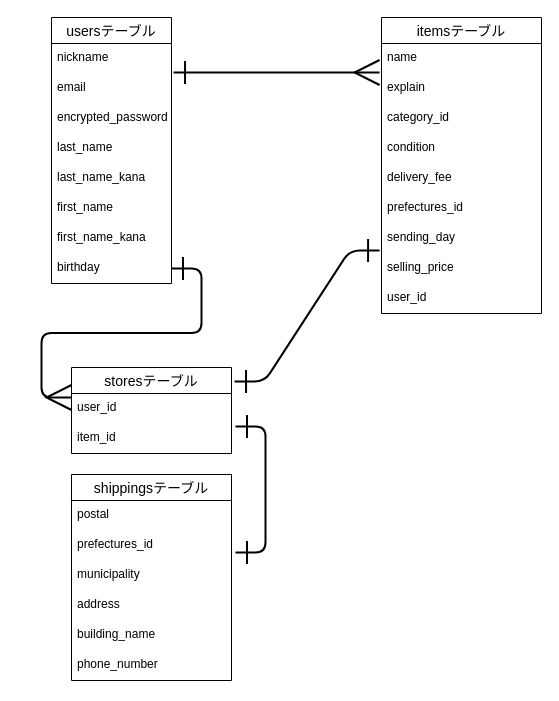
Above: ER.dio in komi-kazu/furima-35550 (draw.io), before the change. Source tidied: cells renumbered, new cells numbered last; positions are measured from the earlier drawing's top-left corner, leaving out a move shared by most shapes. Both pictures are drawn from the tidied source at 100%, with x=0, y=0 at pixel (51, 17).
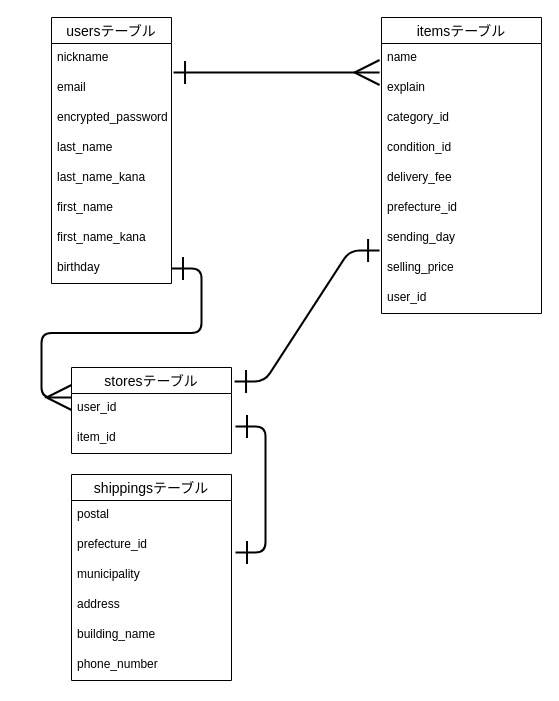
The same page after the edit.

Commit message (it also covers changes not shown here):
ER図、READMEの修正２

Unchanged cells that the change refers to:
```xml
<mxCell id="11" value="itemsテーブル" style="swimlane;fontStyle=0;horizontal=1;startSize=26;align=center;fontSize=14;" parent="1" vertex="1">
  <mxGeometry x="330" width="160" height="296" as="geometry" />
</mxCell>
<mxCell id="24" value="shippingsテーブル" style="swimlane;fontStyle=0;horizontal=1;startSize=26;align=center;fontSize=14;" parent="1" vertex="1">
  <mxGeometry x="20" y="457" width="160" height="206" as="geometry" />
</mxCell>
```

Change to the diagram source:
```diff
@@
-    <mxCell id="15" value="condition" style="text;strokeColor=none;fillColor=none;spacingLeft=4;spacingRight=4;overflow=hidden;fontSize=12;" parent="11" vertex="1">
+    <mxCell id="15" value="condition_id" style="text;strokeColor=none;fillColor=none;spacingLeft=4;spacingRight=4;overflow=hidden;fontSize=12;" parent="11" vertex="1">
       <mxGeometry y="116" width="160" height="30" as="geometry" />
     </mxCell>
@@
-    <mxCell id="17" value="prefectures_id" style="text;strokeColor=none;fillColor=none;spacingLeft=4;spacingRight=4;overflow=hidden;fontSize=12;" parent="11" vertex="1">
+    <mxCell id="17" value="prefecture_id" style="text;strokeColor=none;fillColor=none;spacingLeft=4;spacingRight=4;overflow=hidden;fontSize=12;" parent="11" vertex="1">
       <mxGeometry y="176" width="160" height="30" as="geometry" />
     </mxCell>
@@
-    <mxCell id="26" value="prefectures_id" style="text;strokeColor=none;fillColor=none;spacingLeft=4;spacingRight=4;overflow=hidden;points=[[0,0.5],[1,0.5]];portConstraint=eastwest;fontSize=12;" parent="24" vertex="1">
+    <mxCell id="26" value="prefecture_id" style="text;strokeColor=none;fillColor=none;spacingLeft=4;spacingRight=4;overflow=hidden;points=[[0,0.5],[1,0.5]];portConstraint=eastwest;fontSize=12;" parent="24" vertex="1">
       <mxGeometry y="56" width="160" height="30" as="geometry" />
     </mxCell>
```
